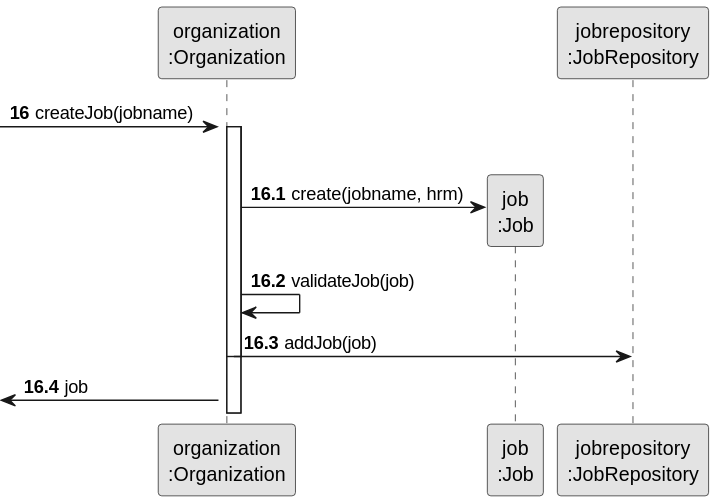
The PlantUML diagram docs/sprint2/us002/03.design/svg/us002-sequence-diagram-partial-create-job.svg in tiagosoa/lei-24-s2-1dgh-g073, before a commit.
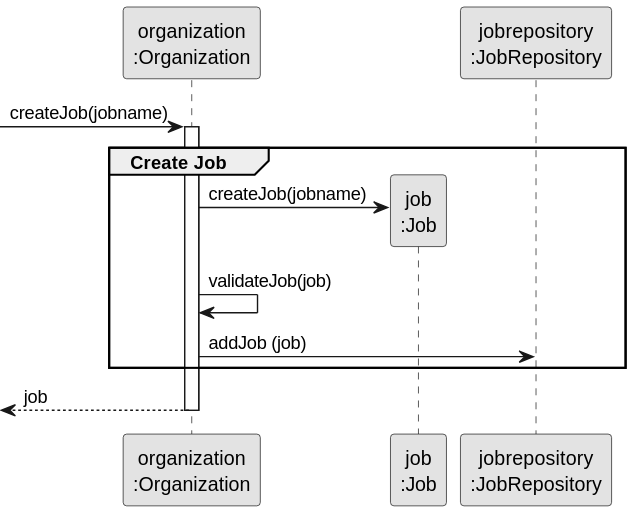
Later version of the same file.

What changed in the source:
```diff
@@ -5,23 +5,22 @@
 
 participant "organization\n:Organization" as ORG
 participant "job\n:Job" as TAREFA
-participant "jobrepository\n:JobRepository" as JR
+participant "jobrepository\n:JobRepository" as SR
 
-autonumber 16
 -> ORG: createJob(jobname)
 
-autonumber 16.1
 activate ORG
     group Create Job
 
+        ORG -> TAREFA**: createJob(jobname)
+        ORG -> ORG: validateJob(job)
+        ORG -> SR: addJob (job)
 
-        activate ORG
 
-                        ORG -> TAREFA**: create(jobname, hrm)
-                        ORG -> ORG: validateJob(job)
-                        ORG -> JR: addJob(job)
 
-        deactivate ORG
 
- <-ORG: job
+    end
+
+    <-- ORG : job
+deactivate ORG
 @enduml
```
